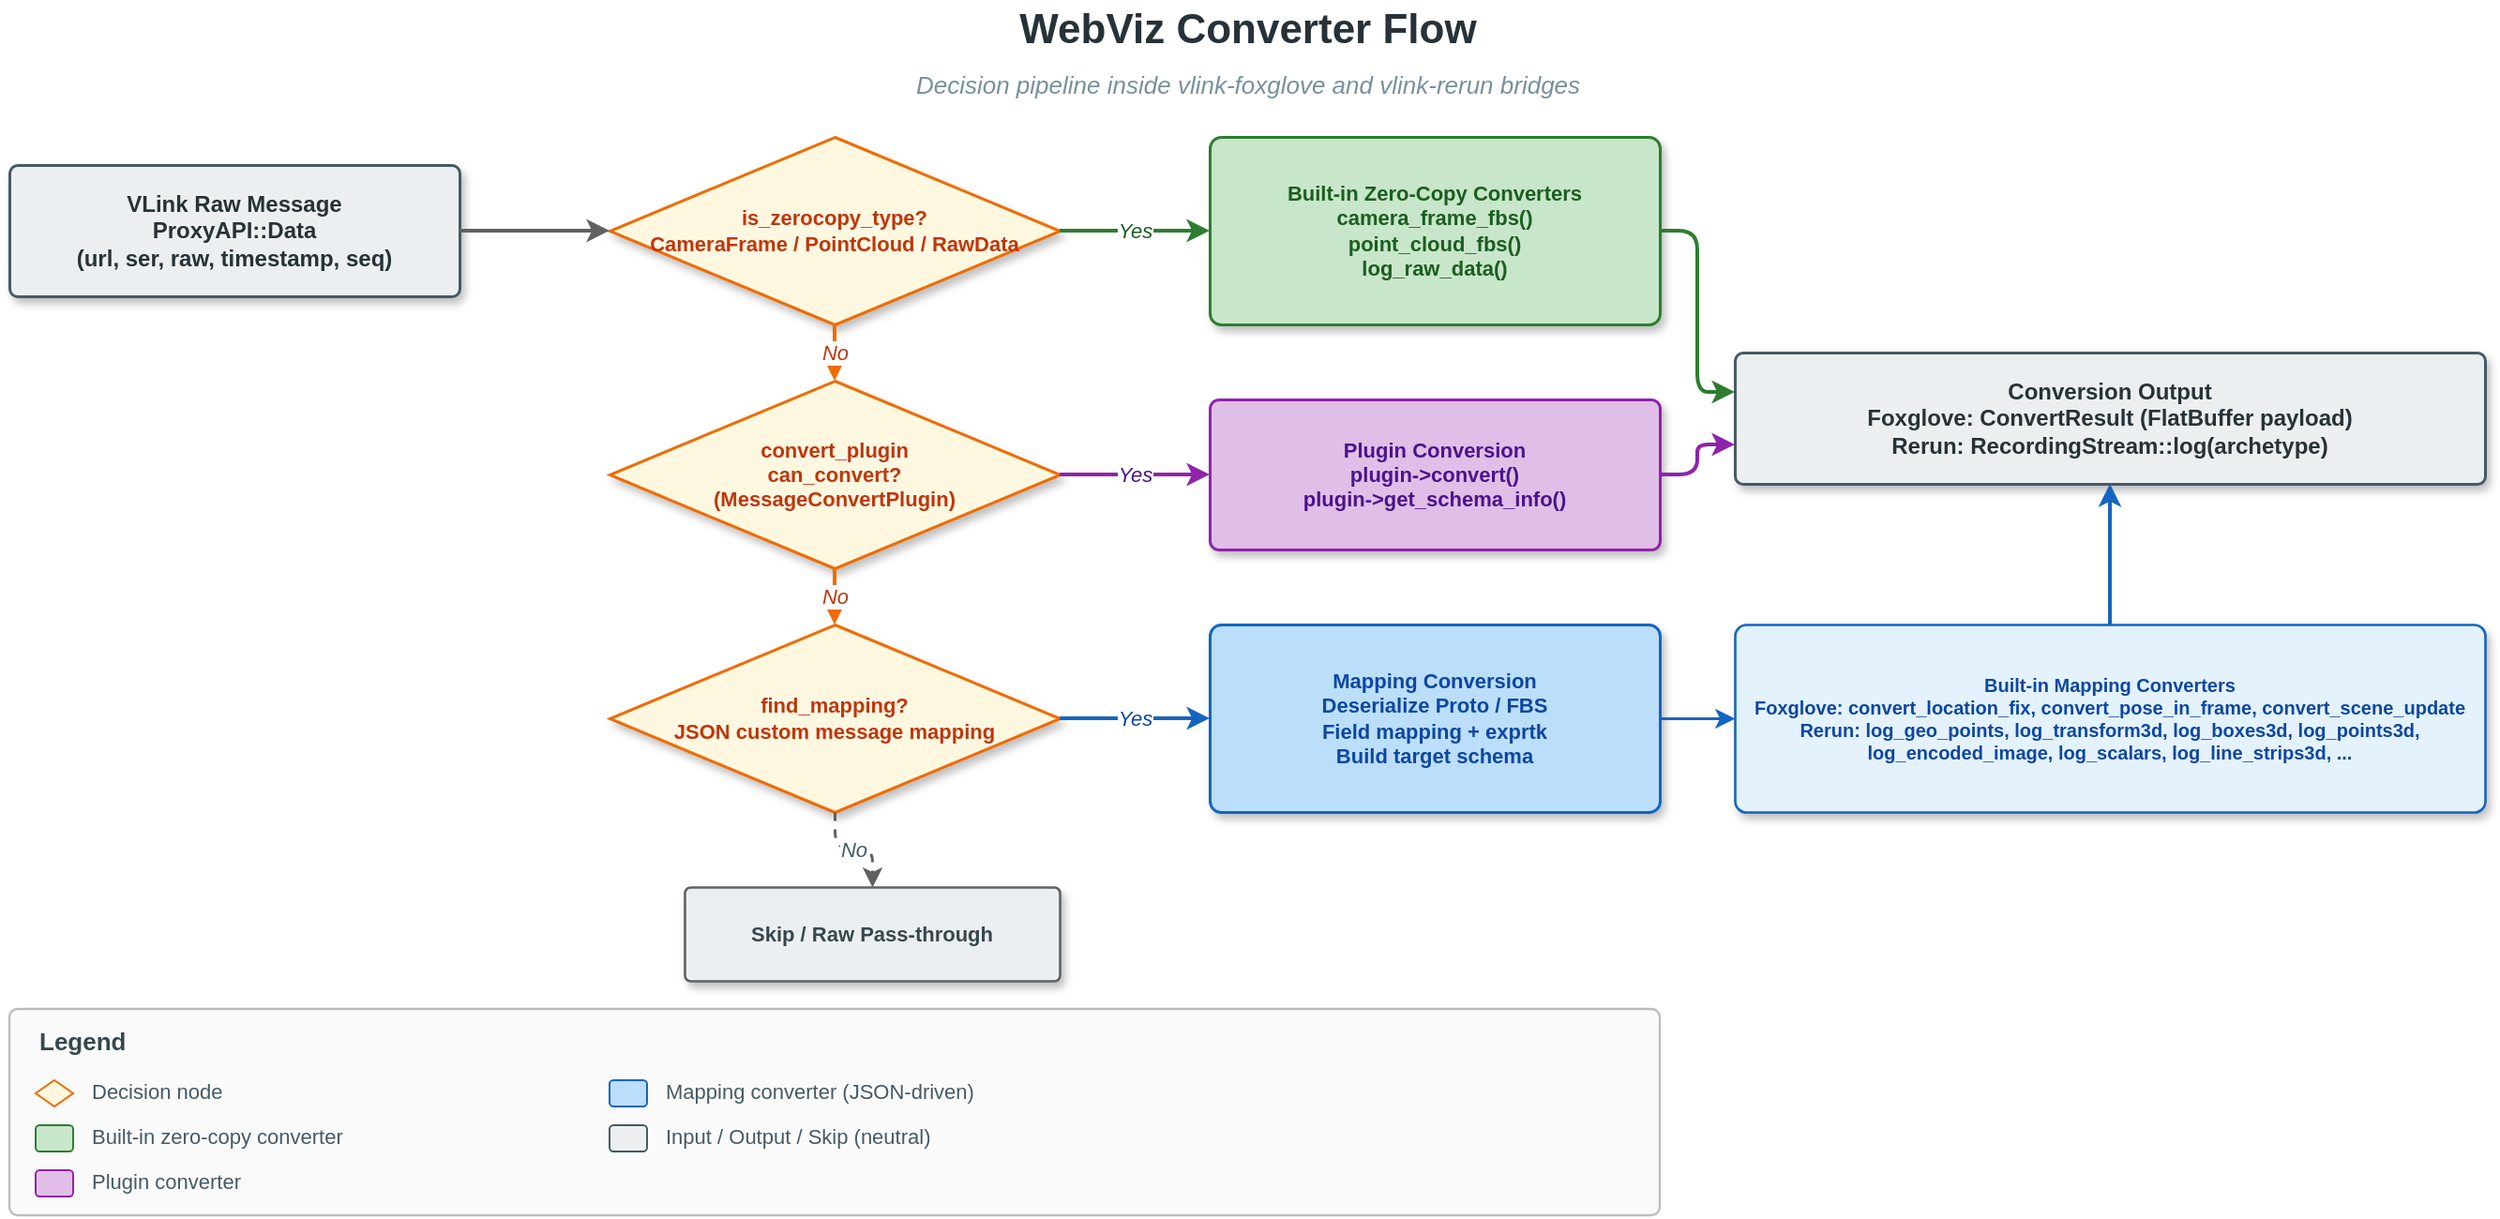
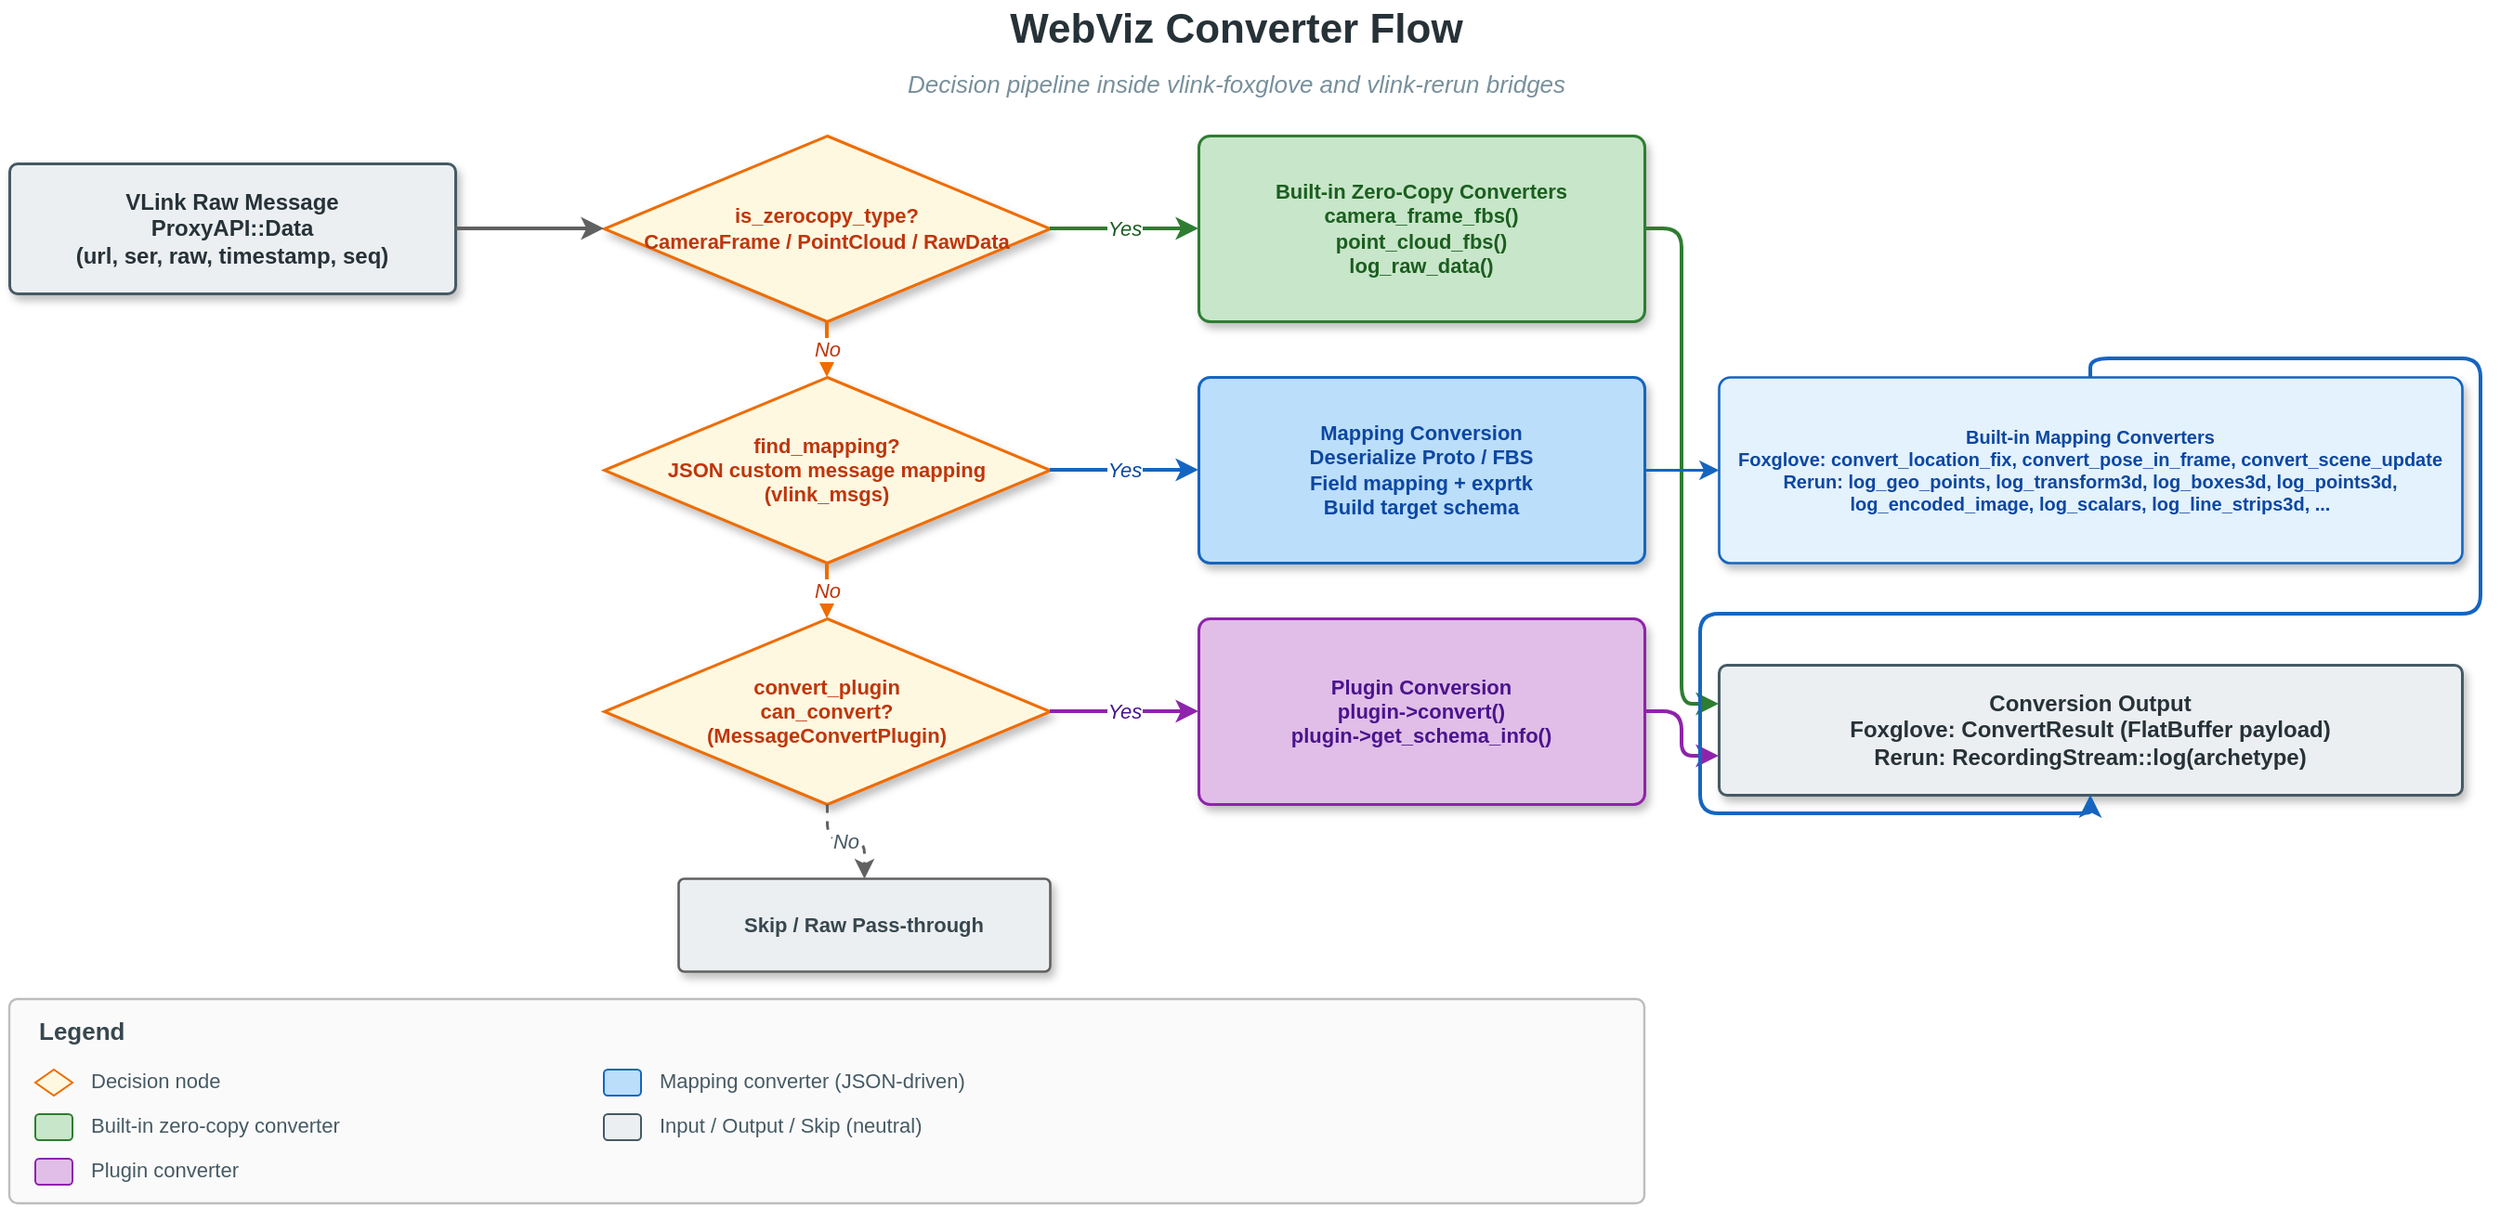
<mxfile host="app.diagrams.net" modified="2026-04-23T00:00:00.000Z" agent="Claude" version="24.0.0" type="device">
  <diagram id="conv-flow" name="Converter Flow">
    <mxGraphModel dx="1200" dy="700" grid="0" gridSize="10" guides="1" tooltips="1" connect="1" arrows="1" fold="1" page="1" pageScale="1" pageWidth="1400" pageHeight="700" math="0" shadow="0">
      <root>
        <mxCell id="0" />
        <mxCell id="1" parent="0" />

        <mxCell id="title" value="WebViz Converter Flow" style="text;html=1;align=center;verticalAlign=middle;strokeColor=none;fillColor=none;fontSize=22;fontStyle=1;fontColor=#263238;" vertex="1" parent="1">
          <mxGeometry x="40" y="22" width="1320" height="32" as="geometry" />
        </mxCell>
        <mxCell id="subtitle" value="Decision pipeline inside vlink-foxglove and vlink-rerun bridges" style="text;html=1;align=center;verticalAlign=middle;strokeColor=none;fillColor=none;fontSize=13;fontStyle=2;fontColor=#78909c;" vertex="1" parent="1">
          <mxGeometry x="40" y="56" width="1320" height="22" as="geometry" />
        </mxCell>

        <!-- Input -->
        <mxCell id="input" value="VLink Raw Message&#10;ProxyAPI::Data&#10;(url, ser, raw, timestamp, seq)" style="rounded=1;whiteSpace=wrap;html=1;fillColor=#eceff1;strokeColor=#455a64;strokeWidth=1.5;fontSize=12;fontStyle=1;fontColor=#263238;shadow=1;arcSize=6;" vertex="1" parent="1">
          <mxGeometry x="40" y="110" width="240" height="70" as="geometry" />
        </mxCell>

        <!-- Decision 1: zerocopy -->
        <mxCell id="d1" value="is_zerocopy_type?&#10;CameraFrame / PointCloud / RawData" style="rhombus;whiteSpace=wrap;html=1;fillColor=#fff8e1;strokeColor=#ef6c00;strokeWidth=1.5;fontSize=11;fontStyle=1;fontColor=#bf360c;shadow=1;" vertex="1" parent="1">
          <mxGeometry x="360" y="95" width="240" height="100" as="geometry" />
        </mxCell>

        <!-- Zero-copy converters (GREEN for built-in) -->
        <mxCell id="zc_conv" value="Built-in Zero-Copy Converters&#10;camera_frame_fbs()&#10;point_cloud_fbs()&#10;log_raw_data()" style="rounded=1;whiteSpace=wrap;html=1;fillColor=#c8e6c9;strokeColor=#2e7d32;strokeWidth=1.5;fontSize=11;fontStyle=1;fontColor=#1b5e20;shadow=1;arcSize=6;" vertex="1" parent="1">
          <mxGeometry x="680" y="95" width="240" height="100" as="geometry" />
        </mxCell>

-         <!-- Decision 2: plugin -->
-         <mxCell id="d2" value="convert_plugin&#10;can_convert?&#10;(MessageConvertPlugin)" style="rhombus;whiteSpace=wrap;html=1;fillColor=#fff8e1;strokeColor=#ef6c00;strokeWidth=1.5;fontSize=11;fontStyle=1;fontColor=#bf360c;shadow=1;" vertex="1" parent="1">
+         <!-- Decision 2: mapping (priority over plugin per source: find_mapping is tried before convert_plugin) -->
+         <mxCell id="d2" value="find_mapping?&#10;JSON custom message mapping&#10;(vlink_msgs)" style="rhombus;whiteSpace=wrap;html=1;fillColor=#fff8e1;strokeColor=#ef6c00;strokeWidth=1.5;fontSize=11;fontStyle=1;fontColor=#bf360c;shadow=1;" vertex="1" parent="1">
          <mxGeometry x="360" y="225" width="240" height="100" as="geometry" />
+         </mxCell>
+ 
+         <!-- Mapping converter (blue) -->
+         <mxCell id="mapping_conv" value="Mapping Conversion&#10;Deserialize Proto / FBS&#10;Field mapping + exprtk&#10;Build target schema" style="rounded=1;whiteSpace=wrap;html=1;fillColor=#bbdefb;strokeColor=#1565c0;strokeWidth=1.5;fontSize=11;fontStyle=1;fontColor=#0d47a1;shadow=1;arcSize=6;" vertex="1" parent="1">
+           <mxGeometry x="680" y="225" width="240" height="100" as="geometry" />
+         </mxCell>
+ 
+         <!-- Decision 3: plugin (fallback after mapping miss) -->
+         <mxCell id="d3" value="convert_plugin&#10;can_convert?&#10;(MessageConvertPlugin)" style="rhombus;whiteSpace=wrap;html=1;fillColor=#fff8e1;strokeColor=#ef6c00;strokeWidth=1.5;fontSize=11;fontStyle=1;fontColor=#bf360c;shadow=1;" vertex="1" parent="1">
+           <mxGeometry x="360" y="355" width="240" height="100" as="geometry" />
        </mxCell>

        <!-- Plugin converter (purple) -->
        <mxCell id="plugin_conv" value="Plugin Conversion&#10;plugin-&gt;convert()&#10;plugin-&gt;get_schema_info()" style="rounded=1;whiteSpace=wrap;html=1;fillColor=#e1bee7;strokeColor=#8e24aa;strokeWidth=1.5;fontSize=11;fontStyle=1;fontColor=#4a148c;shadow=1;arcSize=6;" vertex="1" parent="1">
-           <mxGeometry x="680" y="235" width="240" height="80" as="geometry" />
-         </mxCell>
- 
-         <!-- Decision 3: mapping -->
-         <mxCell id="d3" value="find_mapping?&#10;JSON custom message mapping" style="rhombus;whiteSpace=wrap;html=1;fillColor=#fff8e1;strokeColor=#ef6c00;strokeWidth=1.5;fontSize=11;fontStyle=1;fontColor=#bf360c;shadow=1;" vertex="1" parent="1">
-           <mxGeometry x="360" y="355" width="240" height="100" as="geometry" />
-         </mxCell>
- 
-         <!-- Mapping converter (blue) -->
-         <mxCell id="mapping_conv" value="Mapping Conversion&#10;Deserialize Proto / FBS&#10;Field mapping + exprtk&#10;Build target schema" style="rounded=1;whiteSpace=wrap;html=1;fillColor=#bbdefb;strokeColor=#1565c0;strokeWidth=1.5;fontSize=11;fontStyle=1;fontColor=#0d47a1;shadow=1;arcSize=6;" vertex="1" parent="1">
          <mxGeometry x="680" y="355" width="240" height="100" as="geometry" />
        </mxCell>

        <!-- Mapping sub-converters (blue light) -->
        <mxCell id="sub_conv" value="Built-in Mapping Converters&#10;Foxglove: convert_location_fix, convert_pose_in_frame, convert_scene_update&#10;Rerun: log_geo_points, log_transform3d, log_boxes3d, log_points3d,&#10;log_encoded_image, log_scalars, log_line_strips3d, ..." style="rounded=1;whiteSpace=wrap;html=1;fillColor=#e3f2fd;strokeColor=#1565c0;strokeWidth=1.3;fontSize=10;fontStyle=1;fontColor=#0d47a1;shadow=1;arcSize=6;" vertex="1" parent="1">
-           <mxGeometry x="960" y="355" width="400" height="100" as="geometry" />
+           <mxGeometry x="960" y="225" width="400" height="100" as="geometry" />
        </mxCell>

        <!-- No mapping path -->
        <mxCell id="no_match" value="Skip / Raw Pass-through" style="rounded=1;whiteSpace=wrap;html=1;fillColor=#eceff1;strokeColor=#616161;strokeWidth=1.3;fontSize=11;fontStyle=1;fontColor=#37474f;shadow=1;arcSize=6;" vertex="1" parent="1">
          <mxGeometry x="400" y="495" width="200" height="50" as="geometry" />
        </mxCell>

        <!-- Output -->
        <mxCell id="output" value="Conversion Output&#10;Foxglove: ConvertResult (FlatBuffer payload)&#10;Rerun: RecordingStream::log(archetype)" style="rounded=1;whiteSpace=wrap;html=1;fillColor=#eceff1;strokeColor=#455a64;strokeWidth=1.5;fontSize=12;fontStyle=1;fontColor=#263238;shadow=1;arcSize=6;" vertex="1" parent="1">
-           <mxGeometry x="960" y="210" width="400" height="70" as="geometry" />
+           <mxGeometry x="960" y="380" width="400" height="70" as="geometry" />
        </mxCell>

        <!-- Edges -->
        <mxCell id="e1" style="endArrow=classic;endFill=1;html=1;strokeWidth=2;strokeColor=#616161;edgeStyle=orthogonalEdgeStyle;rounded=1;" edge="1" source="input" target="d1" parent="1">
          <mxGeometry relative="1" as="geometry" />
        </mxCell>

        <mxCell id="e2" value="Yes" style="endArrow=classic;endFill=1;html=1;strokeWidth=2;strokeColor=#2e7d32;fontSize=11;fontStyle=2;fontColor=#1b5e20;labelBackgroundColor=#ffffff;edgeStyle=orthogonalEdgeStyle;rounded=1;" edge="1" source="d1" target="zc_conv" parent="1">
          <mxGeometry relative="1" as="geometry" />
        </mxCell>

        <mxCell id="e3" value="No" style="endArrow=classic;endFill=1;html=1;strokeWidth=2;strokeColor=#ef6c00;fontSize=11;fontStyle=2;fontColor=#bf360c;labelBackgroundColor=#ffffff;edgeStyle=orthogonalEdgeStyle;rounded=1;exitX=0.5;exitY=1;exitDx=0;exitDy=0;entryX=0.5;entryY=0;entryDx=0;entryDy=0;" edge="1" source="d1" target="d2" parent="1">
          <mxGeometry relative="1" as="geometry" />
        </mxCell>

-         <mxCell id="e4" value="Yes" style="endArrow=classic;endFill=1;html=1;strokeWidth=2;strokeColor=#8e24aa;fontSize=11;fontStyle=2;fontColor=#4a148c;labelBackgroundColor=#ffffff;edgeStyle=orthogonalEdgeStyle;rounded=1;" edge="1" source="d2" target="plugin_conv" parent="1">
+         <mxCell id="e4" value="Yes" style="endArrow=classic;endFill=1;html=1;strokeWidth=2;strokeColor=#1565c0;fontSize=11;fontStyle=2;fontColor=#0d47a1;labelBackgroundColor=#ffffff;edgeStyle=orthogonalEdgeStyle;rounded=1;" edge="1" source="d2" target="mapping_conv" parent="1">
          <mxGeometry relative="1" as="geometry" />
        </mxCell>

        <mxCell id="e5" value="No" style="endArrow=classic;endFill=1;html=1;strokeWidth=2;strokeColor=#ef6c00;fontSize=11;fontStyle=2;fontColor=#bf360c;labelBackgroundColor=#ffffff;edgeStyle=orthogonalEdgeStyle;rounded=1;exitX=0.5;exitY=1;exitDx=0;exitDy=0;entryX=0.5;entryY=0;entryDx=0;entryDy=0;" edge="1" source="d2" target="d3" parent="1">
          <mxGeometry relative="1" as="geometry" />
        </mxCell>

-         <mxCell id="e6" value="Yes" style="endArrow=classic;endFill=1;html=1;strokeWidth=2;strokeColor=#1565c0;fontSize=11;fontStyle=2;fontColor=#0d47a1;labelBackgroundColor=#ffffff;edgeStyle=orthogonalEdgeStyle;rounded=1;" edge="1" source="d3" target="mapping_conv" parent="1">
+         <mxCell id="e6" value="Yes" style="endArrow=classic;endFill=1;html=1;strokeWidth=2;strokeColor=#8e24aa;fontSize=11;fontStyle=2;fontColor=#4a148c;labelBackgroundColor=#ffffff;edgeStyle=orthogonalEdgeStyle;rounded=1;" edge="1" source="d3" target="plugin_conv" parent="1">
          <mxGeometry relative="1" as="geometry" />
        </mxCell>

        <mxCell id="e7" value="No" style="endArrow=classic;endFill=1;html=1;strokeWidth=1.5;strokeColor=#616161;dashed=1;fontSize=11;fontStyle=2;fontColor=#455a64;labelBackgroundColor=#ffffff;edgeStyle=orthogonalEdgeStyle;rounded=1;exitX=0.5;exitY=1;exitDx=0;exitDy=0;entryX=0.5;entryY=0;entryDx=0;entryDy=0;" edge="1" source="d3" target="no_match" parent="1">
          <mxGeometry relative="1" as="geometry" />
        </mxCell>

        <!-- Converter results to output -->
        <mxCell id="e8" style="endArrow=classic;endFill=1;html=1;strokeWidth=2;strokeColor=#2e7d32;edgeStyle=orthogonalEdgeStyle;rounded=1;exitX=1;exitY=0.5;exitDx=0;exitDy=0;entryX=0;entryY=0.3;entryDx=0;entryDy=0;" edge="1" source="zc_conv" target="output" parent="1">
          <mxGeometry relative="1" as="geometry" />
        </mxCell>
        <mxCell id="e9" style="endArrow=classic;endFill=1;html=1;strokeWidth=2;strokeColor=#8e24aa;edgeStyle=orthogonalEdgeStyle;rounded=1;exitX=1;exitY=0.5;exitDx=0;exitDy=0;entryX=0;entryY=0.7;entryDx=0;entryDy=0;" edge="1" source="plugin_conv" target="output" parent="1">
          <mxGeometry relative="1" as="geometry" />
        </mxCell>
        <mxCell id="e10" style="endArrow=classic;endFill=1;html=1;strokeWidth=1.5;strokeColor=#1565c0;edgeStyle=orthogonalEdgeStyle;rounded=1;exitX=1;exitY=0.5;exitDx=0;exitDy=0;entryX=0;entryY=0.5;entryDx=0;entryDy=0;" edge="1" source="mapping_conv" target="sub_conv" parent="1">
          <mxGeometry relative="1" as="geometry" />
        </mxCell>
        <mxCell id="e11" style="endArrow=classic;endFill=1;html=1;strokeWidth=2;strokeColor=#1565c0;edgeStyle=orthogonalEdgeStyle;rounded=1;exitX=0.5;exitY=0;exitDx=0;exitDy=0;entryX=0.5;entryY=1;entryDx=0;entryDy=0;" edge="1" source="sub_conv" target="output" parent="1">
          <mxGeometry relative="1" as="geometry" />
        </mxCell>

        <!-- Legend -->
        <mxCell id="legend_bg" value="" style="rounded=1;whiteSpace=wrap;html=1;fillColor=#fafafa;strokeColor=#bdbdbd;strokeWidth=1.2;arcSize=4;" vertex="1" parent="1">
          <mxGeometry x="40" y="560" width="880" height="110" as="geometry" />
        </mxCell>
        <mxCell id="legend_title" value="Legend" style="text;html=1;align=left;verticalAlign=middle;strokeColor=none;fillColor=none;fontSize=13;fontStyle=1;fontColor=#37474f;" vertex="1" parent="1">
          <mxGeometry x="54" y="566" width="120" height="22" as="geometry" />
        </mxCell>
        <mxCell id="lg1" value="" style="rhombus;whiteSpace=wrap;html=1;fillColor=#fff8e1;strokeColor=#ef6c00;" vertex="1" parent="1">
          <mxGeometry x="54" y="598" width="20" height="14" as="geometry" />
        </mxCell>
        <mxCell id="lg1t" value="Decision node" style="text;html=1;align=left;verticalAlign=middle;strokeColor=none;fillColor=none;fontSize=11;fontColor=#455a64;" vertex="1" parent="1">
          <mxGeometry x="82" y="594" width="200" height="20" as="geometry" />
        </mxCell>
        <mxCell id="lg2" value="" style="rounded=1;whiteSpace=wrap;html=1;fillColor=#c8e6c9;strokeColor=#2e7d32;" vertex="1" parent="1">
          <mxGeometry x="54" y="622" width="20" height="14" as="geometry" />
        </mxCell>
        <mxCell id="lg2t" value="Built-in zero-copy converter" style="text;html=1;align=left;verticalAlign=middle;strokeColor=none;fillColor=none;fontSize=11;fontColor=#455a64;" vertex="1" parent="1">
          <mxGeometry x="82" y="618" width="260" height="20" as="geometry" />
        </mxCell>
        <mxCell id="lg3" value="" style="rounded=1;whiteSpace=wrap;html=1;fillColor=#e1bee7;strokeColor=#8e24aa;" vertex="1" parent="1">
          <mxGeometry x="54" y="646" width="20" height="14" as="geometry" />
        </mxCell>
        <mxCell id="lg3t" value="Plugin converter" style="text;html=1;align=left;verticalAlign=middle;strokeColor=none;fillColor=none;fontSize=11;fontColor=#455a64;" vertex="1" parent="1">
          <mxGeometry x="82" y="642" width="260" height="20" as="geometry" />
        </mxCell>
        <mxCell id="lg4" value="" style="rounded=1;whiteSpace=wrap;html=1;fillColor=#bbdefb;strokeColor=#1565c0;" vertex="1" parent="1">
          <mxGeometry x="360" y="598" width="20" height="14" as="geometry" />
        </mxCell>
        <mxCell id="lg4t" value="Mapping converter (JSON-driven)" style="text;html=1;align=left;verticalAlign=middle;strokeColor=none;fillColor=none;fontSize=11;fontColor=#455a64;" vertex="1" parent="1">
          <mxGeometry x="388" y="594" width="300" height="20" as="geometry" />
        </mxCell>
        <mxCell id="lg5" value="" style="rounded=1;whiteSpace=wrap;html=1;fillColor=#eceff1;strokeColor=#455a64;" vertex="1" parent="1">
          <mxGeometry x="360" y="622" width="20" height="14" as="geometry" />
        </mxCell>
        <mxCell id="lg5t" value="Input / Output / Skip (neutral)" style="text;html=1;align=left;verticalAlign=middle;strokeColor=none;fillColor=none;fontSize=11;fontColor=#455a64;" vertex="1" parent="1">
          <mxGeometry x="388" y="618" width="300" height="20" as="geometry" />
        </mxCell>

      </root>
    </mxGraphModel>
  </diagram>
</mxfile>
